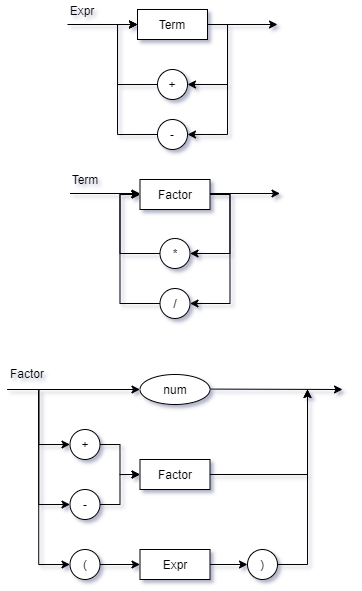
LiuSeeker/Compilador keeps this draw.io diagram as Diagrama-sintatico.png. Above is the earlier version. Source tidied: cells renumbered, new cells last; positions are measured from the earlier drawing's top-left corner, leaving out a move shared by most shapes.
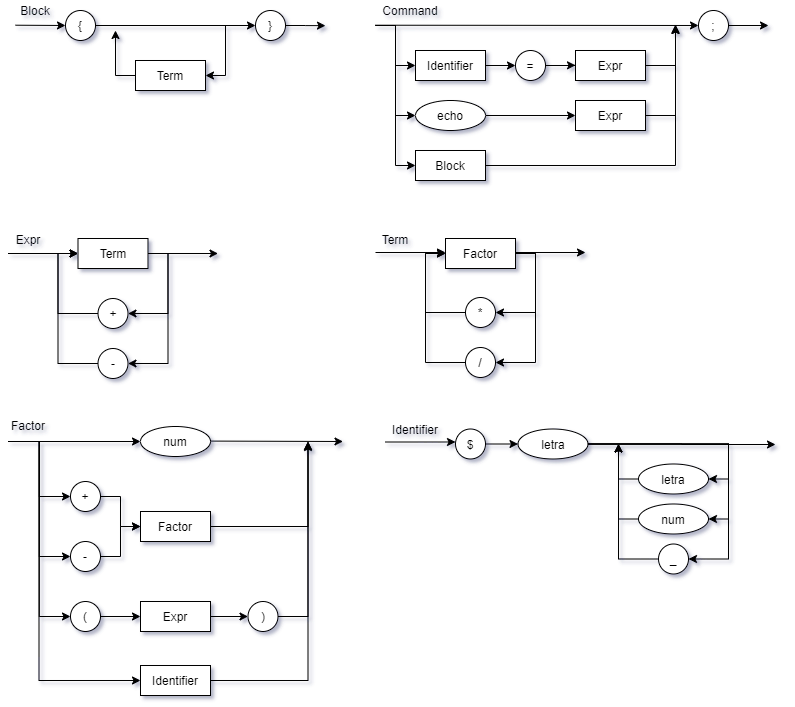
Above is the later version.

Commit message:
mod diagrama sintatico

What changed in the source:
```diff
@@ -9,59 +9,59 @@
       <mxGeometry relative="1" as="geometry" />
     </mxCell>
     <mxCell id="4" value="Term" style="rounded=0;whiteSpace=wrap;html=1;" parent="1" vertex="1">
-      <mxGeometry x="130" y="9" width="70" height="30" as="geometry" />
+      <mxGeometry x="-227.5" y="-283" width="70" height="30" as="geometry" />
     </mxCell>
     <mxCell id="5" style="edgeStyle=orthogonalEdgeStyle;rounded=0;jettySize=auto;html=1;exitX=0;exitY=0.5;exitDx=0;exitDy=0;entryX=0;entryY=0.5;entryDx=0;entryDy=0;" parent="1" edge="1" source="6" target="4">
       <mxGeometry relative="1" as="geometry" />
     </mxCell>
     <mxCell id="6" value="+" style="ellipse;whiteSpace=wrap;html=1;" parent="1" vertex="1">
-      <mxGeometry x="150" y="69" width="30" height="30" as="geometry" />
+      <mxGeometry x="-207.5" y="-223" width="30" height="30" as="geometry" />
     </mxCell>
     <mxCell id="7" style="edgeStyle=orthogonalEdgeStyle;rounded=0;jettySize=auto;html=1;exitX=0;exitY=0.5;exitDx=0;exitDy=0;entryX=0;entryY=0.5;entryDx=0;entryDy=0;" parent="1" edge="1" source="8" target="4">
       <mxGeometry relative="1" as="geometry" />
     </mxCell>
     <mxCell id="8" value="-" style="ellipse;whiteSpace=wrap;html=1;" parent="1" vertex="1">
-      <mxGeometry x="150" y="119" width="30" height="30" as="geometry" />
+      <mxGeometry x="-207.5" y="-173" width="30" height="30" as="geometry" />
     </mxCell>
     <mxCell id="9" style="endArrow=classic;html=1;entryX=0;entryY=0.5;entryDx=0;entryDy=0;" parent="1" edge="1" target="4">
       <mxGeometry relative="1" as="geometry">
-        <mxPoint x="60" y="24" as="sourcePoint" />
+        <mxPoint x="-297.5" y="-268" as="sourcePoint" />
       </mxGeometry>
     </mxCell>
     <mxCell id="10" style="endArrow=classic;html=1;exitX=1;exitY=0.5;exitDx=0;exitDy=0;" parent="1" edge="1" source="4">
       <mxGeometry relative="1" as="geometry">
-        <mxPoint x="270" y="24" as="targetPoint" />
+        <mxPoint x="-87.5" y="-268" as="targetPoint" />
       </mxGeometry>
     </mxCell>
     <mxCell id="11" value="Expr" style="text;html=1;strokeColor=none;fillColor=none;align=center;verticalAlign=middle;whiteSpace=wrap;rounded=0;" parent="1" vertex="1">
-      <mxGeometry x="55" width="40" height="20" as="geometry" />
+      <mxGeometry x="-297.5" y="-292" width="40" height="20" as="geometry" />
     </mxCell>
     <mxCell id="12" style="edgeStyle=orthogonalEdgeStyle;rounded=0;jettySize=auto;html=1;exitX=0;exitY=0.5;exitDx=0;exitDy=0;entryX=0;entryY=0.5;entryDx=0;entryDy=0;" parent="1" edge="1" source="13" target="21">
       <mxGeometry relative="1" as="geometry" />
     </mxCell>
     <mxCell id="13" value="*" style="ellipse;whiteSpace=wrap;html=1;" parent="1" vertex="1">
-      <mxGeometry x="152.5" y="238" width="30" height="30" as="geometry" />
+      <mxGeometry x="160" y="-224" width="30" height="30" as="geometry" />
     </mxCell>
     <mxCell id="14" style="edgeStyle=orthogonalEdgeStyle;rounded=0;jettySize=auto;html=1;exitX=0;exitY=0.5;exitDx=0;exitDy=0;entryX=0;entryY=0.5;entryDx=0;entryDy=0;" parent="1" edge="1" source="15" target="21">
       <mxGeometry relative="1" as="geometry" />
     </mxCell>
     <mxCell id="15" value="/" style="ellipse;whiteSpace=wrap;html=1;" parent="1" vertex="1">
-      <mxGeometry x="152.5" y="288" width="30" height="30" as="geometry" />
+      <mxGeometry x="160" y="-174" width="30" height="30" as="geometry" />
     </mxCell>
     <mxCell id="16" style="endArrow=classic;html=1;entryX=0;entryY=0.5;entryDx=0;entryDy=0;" parent="1" edge="1">
       <mxGeometry relative="1" as="geometry">
-        <mxPoint x="62.5" y="193" as="sourcePoint" />
-        <mxPoint x="132.5" y="193" as="targetPoint" />
+        <mxPoint x="70" y="-269" as="sourcePoint" />
+        <mxPoint x="140" y="-269" as="targetPoint" />
       </mxGeometry>
     </mxCell>
     <mxCell id="17" style="endArrow=classic;html=1;exitX=1;exitY=0.5;exitDx=0;exitDy=0;" parent="1" edge="1">
       <mxGeometry relative="1" as="geometry">
-        <mxPoint x="202.5" y="193" as="sourcePoint" />
-        <mxPoint x="272.5" y="193" as="targetPoint" />
+        <mxPoint x="210" y="-269" as="sourcePoint" />
+        <mxPoint x="280" y="-269" as="targetPoint" />
       </mxGeometry>
     </mxCell>
     <mxCell id="18" value="Term" style="text;html=1;strokeColor=none;fillColor=none;align=center;verticalAlign=middle;whiteSpace=wrap;rounded=0;" parent="1" vertex="1">
-      <mxGeometry x="57.5" y="169" width="40" height="20" as="geometry" />
+      <mxGeometry x="70" y="-292" width="40" height="20" as="geometry" />
     </mxCell>
     <mxCell id="19" style="edgeStyle=orthogonalEdgeStyle;rounded=0;jettySize=auto;html=1;exitX=1;exitY=0.5;exitDx=0;exitDy=0;entryX=1;entryY=0.5;entryDx=0;entryDy=0;" parent="1" edge="1" source="21" target="13">
       <mxGeometry relative="1" as="geometry" />
@@ -70,83 +70,275 @@
       <mxGeometry relative="1" as="geometry" />
     </mxCell>
     <mxCell id="21" value="Factor" style="rounded=0;whiteSpace=wrap;html=1;" parent="1" vertex="1">
-      <mxGeometry x="132.5" y="179" width="70" height="30" as="geometry" />
+      <mxGeometry x="140" y="-283" width="70" height="30" as="geometry" />
     </mxCell>
     <mxCell id="22" value="num" style="ellipse;whiteSpace=wrap;html=1;" parent="1" vertex="1">
-      <mxGeometry x="132.5" y="374" width="70" height="30" as="geometry" />
+      <mxGeometry x="-165" y="-95" width="70" height="30" as="geometry" />
     </mxCell>
     <mxCell id="23" style="edgeStyle=orthogonalEdgeStyle;rounded=0;jettySize=auto;html=1;exitX=1;exitY=0.5;exitDx=0;exitDy=0;" parent="1" edge="1" source="24">
       <mxGeometry relative="1" as="geometry">
-        <mxPoint x="300" y="389" as="targetPoint" />
+        <mxPoint x="2.5" y="-80" as="targetPoint" />
         <Array as="points">
-          <mxPoint x="300" y="474" />
-          <mxPoint x="300" y="389" />
+          <mxPoint x="2.5" y="5" />
+          <mxPoint x="2.5" y="-80" />
         </Array>
       </mxGeometry>
     </mxCell>
     <mxCell id="24" value="Factor" style="rounded=0;whiteSpace=wrap;html=1;" parent="1" vertex="1">
-      <mxGeometry x="132.5" y="459" width="70" height="30" as="geometry" />
+      <mxGeometry x="-165" y="-10" width="70" height="30" as="geometry" />
     </mxCell>
     <mxCell id="25" style="edgeStyle=orthogonalEdgeStyle;rounded=0;jettySize=auto;html=1;exitX=1;exitY=0.5;exitDx=0;exitDy=0;entryX=0;entryY=0.5;entryDx=0;entryDy=0;" parent="1" edge="1" source="26" target="35">
       <mxGeometry relative="1" as="geometry" />
     </mxCell>
     <mxCell id="26" value="Expr" style="rounded=0;whiteSpace=wrap;html=1;" parent="1" vertex="1">
-      <mxGeometry x="132.5" y="549" width="70" height="30" as="geometry" />
+      <mxGeometry x="-165" y="80" width="70" height="30" as="geometry" />
     </mxCell>
     <mxCell id="27" style="edgeStyle=orthogonalEdgeStyle;rounded=0;jettySize=auto;html=1;exitX=1;exitY=0.5;exitDx=0;exitDy=0;entryX=0;entryY=0.5;entryDx=0;entryDy=0;" parent="1" edge="1" source="28" target="24">
       <mxGeometry relative="1" as="geometry" />
     </mxCell>
     <mxCell id="28" value="+" style="ellipse;whiteSpace=wrap;html=1;" parent="1" vertex="1">
-      <mxGeometry x="62.5" y="429" width="30" height="30" as="geometry" />
+      <mxGeometry x="-235" y="-40" width="30" height="30" as="geometry" />
     </mxCell>
     <mxCell id="29" style="edgeStyle=orthogonalEdgeStyle;rounded=0;jettySize=auto;html=1;exitX=1;exitY=0.5;exitDx=0;exitDy=0;entryX=0;entryY=0.5;entryDx=0;entryDy=0;" parent="1" edge="1" source="30" target="24">
       <mxGeometry relative="1" as="geometry" />
     </mxCell>
     <mxCell id="30" value="-" style="ellipse;whiteSpace=wrap;html=1;" parent="1" vertex="1">
-      <mxGeometry x="62.5" y="489" width="30" height="30" as="geometry" />
+      <mxGeometry x="-235" y="20" width="30" height="30" as="geometry" />
     </mxCell>
     <mxCell id="31" style="endArrow=classic;html=1;entryX=0;entryY=0.5;entryDx=0;entryDy=0;exitX=1;exitY=0.5;exitDx=0;exitDy=0;" parent="1" edge="1" target="22">
       <mxGeometry relative="1" as="geometry">
-        <mxPoint y="389" as="sourcePoint" />
+        <mxPoint x="-297.5" y="-80" as="sourcePoint" />
       </mxGeometry>
     </mxCell>
     <mxCell id="32" style="edgeStyle=orthogonalEdgeStyle;rounded=0;jettySize=auto;html=1;exitX=1;exitY=0.5;exitDx=0;exitDy=0;entryX=0;entryY=0.5;entryDx=0;entryDy=0;" parent="1" edge="1" source="33" target="26">
       <mxGeometry relative="1" as="geometry" />
     </mxCell>
     <mxCell id="33" value="(" style="ellipse;whiteSpace=wrap;html=1;" parent="1" vertex="1">
-      <mxGeometry x="62.5" y="549" width="30" height="30" as="geometry" />
+      <mxGeometry x="-235" y="80" width="30" height="30" as="geometry" />
     </mxCell>
     <mxCell id="34" style="edgeStyle=orthogonalEdgeStyle;rounded=0;jettySize=auto;html=1;exitX=1;exitY=0.5;exitDx=0;exitDy=0;" parent="1" edge="1" source="35">
       <mxGeometry relative="1" as="geometry">
-        <mxPoint x="300" y="389" as="targetPoint" />
+        <mxPoint x="2.5" y="-80" as="targetPoint" />
       </mxGeometry>
     </mxCell>
     <mxCell id="35" value=")" style="ellipse;whiteSpace=wrap;html=1;" parent="1" vertex="1">
-      <mxGeometry x="240" y="549" width="30" height="30" as="geometry" />
+      <mxGeometry x="-57.5" y="80" width="30" height="30" as="geometry" />
     </mxCell>
     <mxCell id="36" style="endArrow=classic;html=1;" parent="1" edge="1">
       <mxGeometry relative="1" as="geometry">
-        <mxPoint x="202.5" y="388.6" as="sourcePoint" />
-        <mxPoint x="335" y="389" as="targetPoint" />
+        <mxPoint x="-95" y="-80.4" as="sourcePoint" />
+        <mxPoint x="37.5" y="-80" as="targetPoint" />
       </mxGeometry>
     </mxCell>
     <mxCell id="37" style="edgeStyle=orthogonalEdgeStyle;rounded=0;jettySize=auto;html=1;exitX=1;exitY=0.5;exitDx=0;exitDy=0;entryX=0;entryY=0.5;entryDx=0;entryDy=0;" parent="1" edge="1" target="28">
       <mxGeometry relative="1" as="geometry">
-        <mxPoint y="389" as="sourcePoint" />
+        <mxPoint x="-297.5" y="-80" as="sourcePoint" />
       </mxGeometry>
     </mxCell>
     <mxCell id="38" style="edgeStyle=orthogonalEdgeStyle;rounded=0;jettySize=auto;html=1;exitX=1;exitY=0.5;exitDx=0;exitDy=0;entryX=0;entryY=0.5;entryDx=0;entryDy=0;" parent="1" edge="1" target="30">
       <mxGeometry relative="1" as="geometry">
-        <mxPoint y="389" as="sourcePoint" />
+        <mxPoint x="-297.5" y="-80" as="sourcePoint" />
       </mxGeometry>
     </mxCell>
     <mxCell id="39" style="edgeStyle=orthogonalEdgeStyle;rounded=0;jettySize=auto;html=1;exitX=1;exitY=0.5;exitDx=0;exitDy=0;entryX=0;entryY=0.5;entryDx=0;entryDy=0;" parent="1" edge="1" target="33">
       <mxGeometry relative="1" as="geometry">
-        <mxPoint y="389" as="sourcePoint" />
+        <mxPoint x="-297.5" y="-80" as="sourcePoint" />
       </mxGeometry>
     </mxCell>
     <mxCell id="40" value="Factor" style="text;html=1;strokeColor=none;fillColor=none;align=center;verticalAlign=middle;whiteSpace=wrap;rounded=0;" parent="1" vertex="1">
-      <mxGeometry y="363" width="40" height="20" as="geometry" />
+      <mxGeometry x="-297.5" y="-106" width="40" height="20" as="geometry" />
     </mxCell>
+    <mxCell id="41" style="edgeStyle=orthogonalEdgeStyle;rounded=0;jettySize=auto;html=1;exitX=1;exitY=0.5;exitDx=0;exitDy=0;" parent="1" edge="1" source="42">
+      <mxGeometry relative="1" as="geometry">
+        <mxPoint x="20" y="-495.9" as="targetPoint" />
+      </mxGeometry>
+    </mxCell>
+    <mxCell id="42" value="}" style="ellipse;whiteSpace=wrap;html=1;" parent="1" vertex="1">
+      <mxGeometry x="-50" y="-511" width="30" height="30" as="geometry" />
+    </mxCell>
+    <mxCell id="43" style="edgeStyle=orthogonalEdgeStyle;rounded=0;jettySize=auto;html=1;exitX=0;exitY=0.5;exitDx=0;exitDy=0;" parent="1" edge="1" source="44">
+      <mxGeometry relative="1" as="geometry">
+        <mxPoint x="-190" y="-491" as="targetPoint" />
+        <Array as="points">
+          <mxPoint x="-190" y="-446" />
+          <mxPoint x="-190" y="-491" />
+        </Array>
+      </mxGeometry>
+    </mxCell>
+    <mxCell id="44" value="Term" style="rounded=0;whiteSpace=wrap;html=1;" parent="1" vertex="1">
+      <mxGeometry x="-170" y="-461" width="70" height="30" as="geometry" />
+    </mxCell>
+    <mxCell id="45" style="edgeStyle=orthogonalEdgeStyle;rounded=0;jettySize=auto;html=1;exitX=1;exitY=0.5;exitDx=0;exitDy=0;entryX=0;entryY=0.5;entryDx=0;entryDy=0;" parent="1" edge="1" source="47" target="42">
+      <mxGeometry relative="1" as="geometry" />
+    </mxCell>
+    <mxCell id="46" style="edgeStyle=orthogonalEdgeStyle;rounded=0;jettySize=auto;html=1;exitX=1;exitY=0.5;exitDx=0;exitDy=0;entryX=1;entryY=0.5;entryDx=0;entryDy=0;" parent="1" edge="1" source="47" target="44">
+      <mxGeometry relative="1" as="geometry" />
+    </mxCell>
+    <mxCell id="47" value="{" style="ellipse;whiteSpace=wrap;html=1;" parent="1" vertex="1">
+      <mxGeometry x="-240" y="-511" width="30" height="30" as="geometry" />
+    </mxCell>
+    <mxCell id="48" value="Block" style="text;html=1;strokeColor=none;fillColor=none;align=center;verticalAlign=middle;whiteSpace=wrap;rounded=0;" parent="1" vertex="1">
+      <mxGeometry x="-290" y="-521" width="40" height="20" as="geometry" />
+    </mxCell>
+    <mxCell id="49" style="endArrow=classic;html=1;" parent="1" edge="1" target="47">
+      <mxGeometry relative="1" as="geometry">
+        <mxPoint x="-290" y="-496.3" as="sourcePoint" />
+      </mxGeometry>
+    </mxCell>
+    <mxCell id="50" value="Command" style="text;html=1;strokeColor=none;fillColor=none;align=center;verticalAlign=middle;whiteSpace=wrap;rounded=0;" parent="1" vertex="1">
+      <mxGeometry x="70" y="-521" width="70" height="20" as="geometry" />
+    </mxCell>
+    <mxCell id="51" style="endArrow=classic;html=1;" parent="1" edge="1" target="53">
+      <mxGeometry relative="1" as="geometry">
+        <mxPoint x="70" y="-496.3" as="sourcePoint" />
+      </mxGeometry>
+    </mxCell>
+    <mxCell id="52" style="edgeStyle=orthogonalEdgeStyle;rounded=0;jettySize=auto;html=1;exitX=1;exitY=0.5;exitDx=0;exitDy=0;" parent="1" edge="1" source="53">
+      <mxGeometry relative="1" as="geometry">
+        <mxPoint x="463" y="-496" as="targetPoint" />
+      </mxGeometry>
+    </mxCell>
+    <mxCell id="53" value=";" style="ellipse;whiteSpace=wrap;html=1;" parent="1" vertex="1">
+      <mxGeometry x="393" y="-511" width="30" height="30" as="geometry" />
+    </mxCell>
+    <mxCell id="54" style="edgeStyle=orthogonalEdgeStyle;rounded=0;jettySize=auto;html=1;exitX=1;exitY=0.5;exitDx=0;exitDy=0;entryX=0;entryY=0.5;entryDx=0;entryDy=0;" parent="1" edge="1" source="55" target="57">
+      <mxGeometry relative="1" as="geometry" />
+    </mxCell>
+    <mxCell id="55" value="Identifier" style="rounded=0;whiteSpace=wrap;html=1;" parent="1" vertex="1">
+      <mxGeometry x="110" y="-471" width="70" height="30" as="geometry" />
+    </mxCell>
+    <mxCell id="56" style="edgeStyle=orthogonalEdgeStyle;rounded=0;jettySize=auto;html=1;exitX=1;exitY=0.5;exitDx=0;exitDy=0;" parent="1" edge="1" source="57">
+      <mxGeometry relative="1" as="geometry">
+        <mxPoint x="270" y="-456.2" as="targetPoint" />
+      </mxGeometry>
+    </mxCell>
+    <mxCell id="57" value="=" style="ellipse;whiteSpace=wrap;html=1;" parent="1" vertex="1">
+      <mxGeometry x="210" y="-471" width="30" height="30" as="geometry" />
+    </mxCell>
+    <mxCell id="58" style="edgeStyle=orthogonalEdgeStyle;rounded=0;jettySize=auto;html=1;exitX=1;exitY=0.5;exitDx=0;exitDy=0;" parent="1" edge="1" source="59">
+      <mxGeometry relative="1" as="geometry">
+        <mxPoint x="370" y="-497" as="targetPoint" />
+      </mxGeometry>
+    </mxCell>
+    <mxCell id="59" value="Expr" style="rounded=0;whiteSpace=wrap;html=1;" parent="1" vertex="1">
+      <mxGeometry x="270" y="-471" width="70" height="30" as="geometry" />
+    </mxCell>
+    <mxCell id="60" style="edgeStyle=orthogonalEdgeStyle;rounded=0;jettySize=auto;html=1;exitX=1;exitY=0.5;exitDx=0;exitDy=0;entryX=0;entryY=0.5;entryDx=0;entryDy=0;" parent="1" edge="1" source="61" target="63">
+      <mxGeometry relative="1" as="geometry" />
+    </mxCell>
+    <mxCell id="61" value="echo" style="ellipse;whiteSpace=wrap;html=1;" parent="1" vertex="1">
+      <mxGeometry x="110" y="-421" width="70" height="30" as="geometry" />
+    </mxCell>
+    <mxCell id="62" style="edgeStyle=orthogonalEdgeStyle;rounded=0;jettySize=auto;html=1;exitX=1;exitY=0.5;exitDx=0;exitDy=0;" parent="1" edge="1" source="63">
+      <mxGeometry relative="1" as="geometry">
+        <mxPoint x="370" y="-496" as="targetPoint" />
+      </mxGeometry>
+    </mxCell>
+    <mxCell id="63" value="Expr" style="rounded=0;whiteSpace=wrap;html=1;" parent="1" vertex="1">
+      <mxGeometry x="270" y="-421" width="70" height="30" as="geometry" />
+    </mxCell>
+    <mxCell id="64" style="edgeStyle=orthogonalEdgeStyle;rounded=0;jettySize=auto;html=1;exitX=1;exitY=0.5;exitDx=0;exitDy=0;entryX=0;entryY=0.5;entryDx=0;entryDy=0;" parent="1" edge="1" target="55">
+      <mxGeometry relative="1" as="geometry">
+        <mxPoint x="70" y="-496" as="sourcePoint" />
+      </mxGeometry>
+    </mxCell>
+    <mxCell id="65" style="edgeStyle=orthogonalEdgeStyle;rounded=0;jettySize=auto;html=1;exitX=1;exitY=0.5;exitDx=0;exitDy=0;entryX=0;entryY=0.5;entryDx=0;entryDy=0;" parent="1" edge="1" target="61">
+      <mxGeometry relative="1" as="geometry">
+        <mxPoint x="70" y="-496" as="sourcePoint" />
+      </mxGeometry>
+    </mxCell>
+    <mxCell id="66" style="edgeStyle=orthogonalEdgeStyle;rounded=0;jettySize=auto;html=1;exitX=1;exitY=0.5;exitDx=0;exitDy=0;entryX=0;entryY=0.5;entryDx=0;entryDy=0;" parent="1" edge="1" target="68">
+      <mxGeometry relative="1" as="geometry">
+        <mxPoint x="70" y="-496" as="sourcePoint" />
+      </mxGeometry>
+    </mxCell>
+    <mxCell id="67" style="edgeStyle=orthogonalEdgeStyle;rounded=0;jettySize=auto;html=1;exitX=1;exitY=0.5;exitDx=0;exitDy=0;" parent="1" edge="1" source="68">
+      <mxGeometry relative="1" as="geometry">
+        <mxPoint x="370" y="-496" as="targetPoint" />
+      </mxGeometry>
+    </mxCell>
+    <mxCell id="68" value="Block" style="rounded=0;whiteSpace=wrap;html=1;" parent="1" vertex="1">
+      <mxGeometry x="110" y="-371" width="70" height="30" as="geometry" />
+    </mxCell>
+    <mxCell id="69" style="edgeStyle=orthogonalEdgeStyle;rounded=0;jettySize=auto;html=1;exitX=1;exitY=0.5;exitDx=0;exitDy=0;" parent="1" edge="1" source="70">
+      <mxGeometry relative="1" as="geometry">
+        <mxPoint x="2.5" y="-79" as="targetPoint" />
+      </mxGeometry>
+    </mxCell>
+    <mxCell id="70" value="Identifier" style="rounded=0;whiteSpace=wrap;html=1;" parent="1" vertex="1">
+      <mxGeometry x="-165" y="144" width="70" height="30" as="geometry" />
+    </mxCell>
+    <mxCell id="71" style="edgeStyle=orthogonalEdgeStyle;rounded=0;jettySize=auto;html=1;exitX=1;exitY=0.5;exitDx=0;exitDy=0;entryX=0;entryY=0.5;entryDx=0;entryDy=0;" parent="1" edge="1" target="70">
+      <mxGeometry relative="1" as="geometry">
+        <mxPoint x="-296.5" y="-80" as="sourcePoint" />
+        <Array as="points">
+          <mxPoint x="-266.5" y="-80" />
+          <mxPoint x="-266.5" y="159" />
+        </Array>
+      </mxGeometry>
+    </mxCell>
+    <mxCell id="72" style="endArrow=classic;html=1;entryX=0;entryY=0.5;entryDx=0;entryDy=0;" parent="1" edge="1">
+      <mxGeometry relative="1" as="geometry">
+        <mxPoint x="80" y="-79.5" as="sourcePoint" />
+        <mxPoint x="150" y="-79.5" as="targetPoint" />
+      </mxGeometry>
+    </mxCell>
+    <mxCell id="73" value="Identifier" style="text;html=1;strokeColor=none;fillColor=none;align=center;verticalAlign=middle;whiteSpace=wrap;rounded=0;" parent="1" vertex="1">
+      <mxGeometry x="80" y="-102.5" width="60" height="20" as="geometry" />
+    </mxCell>
+    <mxCell id="74" style="edgeStyle=orthogonalEdgeStyle;rounded=0;jettySize=auto;html=1;exitX=1;exitY=0.5;exitDx=0;exitDy=0;entryX=0;entryY=0.5;entryDx=0;entryDy=0;" parent="1" edge="1" source="75">
+      <mxGeometry relative="1" as="geometry">
+        <mxPoint x="212.5" y="-77.5" as="targetPoint" />
+      </mxGeometry>
+    </mxCell>
+    <mxCell id="75" value="$" style="ellipse;whiteSpace=wrap;html=1;" parent="1" vertex="1">
+      <mxGeometry x="150" y="-92.5" width="30" height="30" as="geometry" />
+    </mxCell>
+    <mxCell id="76" style="edgeStyle=orthogonalEdgeStyle;rounded=0;jettySize=auto;html=1;exitX=1;exitY=0.5;exitDx=0;exitDy=0;" parent="1" edge="1" source="80">
+      <mxGeometry relative="1" as="geometry">
+        <mxPoint x="470" y="-77" as="targetPoint" />
+      </mxGeometry>
+    </mxCell>
+    <mxCell id="77" style="edgeStyle=orthogonalEdgeStyle;rounded=0;jettySize=auto;html=1;exitX=1;exitY=0.5;exitDx=0;exitDy=0;entryX=1;entryY=0.5;entryDx=0;entryDy=0;" parent="1" edge="1" source="80" target="82">
+      <mxGeometry relative="1" as="geometry" />
+    </mxCell>
+    <mxCell id="78" style="edgeStyle=orthogonalEdgeStyle;rounded=0;jettySize=auto;html=1;exitX=1;exitY=0.5;exitDx=0;exitDy=0;entryX=1;entryY=0.5;entryDx=0;entryDy=0;" parent="1" edge="1" source="80" target="84">
+      <mxGeometry relative="1" as="geometry" />
+    </mxCell>
+    <mxCell id="79" style="edgeStyle=orthogonalEdgeStyle;rounded=0;jettySize=auto;html=1;exitX=1;exitY=0.5;exitDx=0;exitDy=0;entryX=1;entryY=0.5;entryDx=0;entryDy=0;" parent="1" edge="1" source="80" target="86">
+      <mxGeometry relative="1" as="geometry">
+        <Array as="points">
+          <mxPoint x="423" y="-78" />
+          <mxPoint x="423" y="38" />
+        </Array>
+      </mxGeometry>
+    </mxCell>
+    <mxCell id="80" value="letra" style="ellipse;whiteSpace=wrap;html=1;" parent="1" vertex="1">
+      <mxGeometry x="212.5" y="-92.5" width="70" height="30" as="geometry" />
+    </mxCell>
+    <mxCell id="81" style="edgeStyle=orthogonalEdgeStyle;rounded=0;jettySize=auto;html=1;exitX=0;exitY=0.5;exitDx=0;exitDy=0;" parent="1" edge="1" source="82">
+      <mxGeometry relative="1" as="geometry">
+        <mxPoint x="313" y="-77.5" as="targetPoint" />
+      </mxGeometry>
+    </mxCell>
+    <mxCell id="82" value="letra" style="ellipse;whiteSpace=wrap;html=1;" parent="1" vertex="1">
+      <mxGeometry x="333" y="-57.5" width="70" height="30" as="geometry" />
+    </mxCell>
+    <mxCell id="83" style="edgeStyle=orthogonalEdgeStyle;rounded=0;jettySize=auto;html=1;exitX=0;exitY=0.5;exitDx=0;exitDy=0;" parent="1" edge="1" source="84">
+      <mxGeometry relative="1" as="geometry">
+        <mxPoint x="313" y="-77.5" as="targetPoint" />
+      </mxGeometry>
+    </mxCell>
+    <mxCell id="84" value="num" style="ellipse;whiteSpace=wrap;html=1;" parent="1" vertex="1">
+      <mxGeometry x="333" y="-17.5" width="70" height="30" as="geometry" />
+    </mxCell>
+    <mxCell id="85" style="edgeStyle=orthogonalEdgeStyle;rounded=0;jettySize=auto;html=1;exitX=0;exitY=0.5;exitDx=0;exitDy=0;" parent="1" edge="1" source="86">
+      <mxGeometry relative="1" as="geometry">
+        <mxPoint x="313" y="-77.5" as="targetPoint" />
+      </mxGeometry>
+    </mxCell>
+    <mxCell id="86" value="_" style="ellipse;whiteSpace=wrap;html=1;" parent="1" vertex="1">
+      <mxGeometry x="353" y="22.5" width="30" height="30" as="geometry" />
+    </mxCell>
   </root>
 </mxGraphModel>
```
